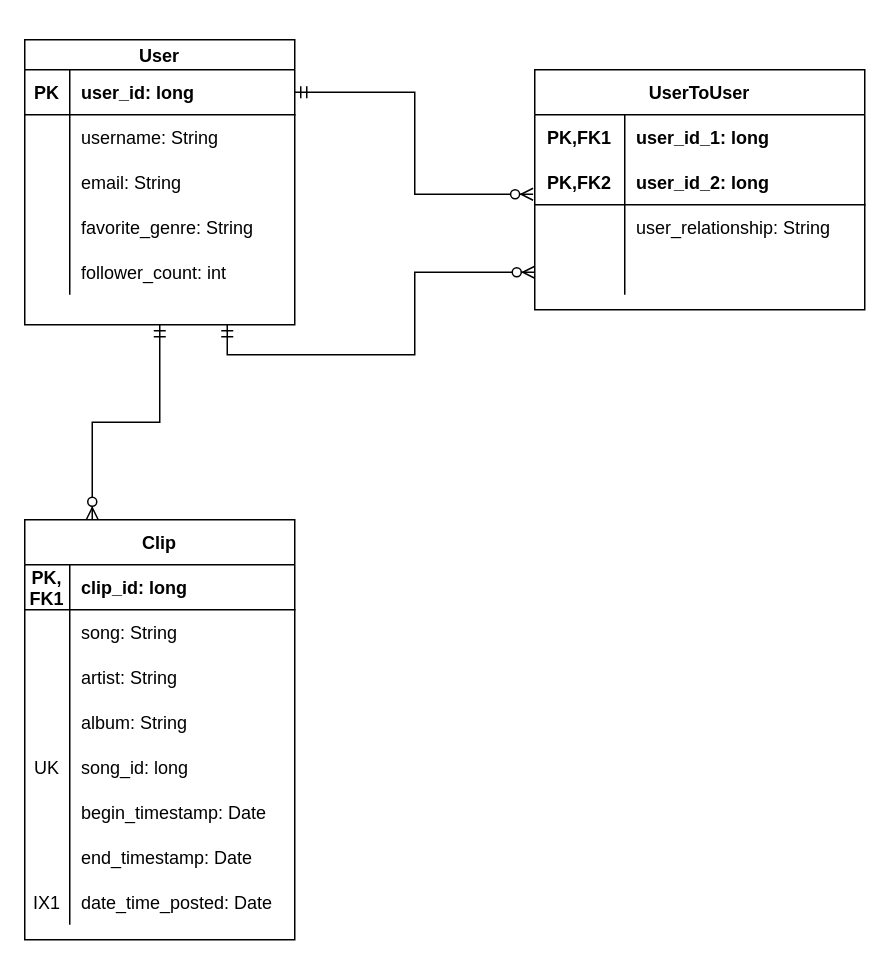
The draw.io diagram docs/work/erd.drawio in tunefull/tunefull.github.io, before the edit. Source tidied: cells renumbered, new cells numbered last; positions are measured from the earlier drawing's top-left corner, leaving out a move shared by most shapes. Both pictures are drawn from the tidied source at 150%, with x=0, y=0 at pixel (24, 39).
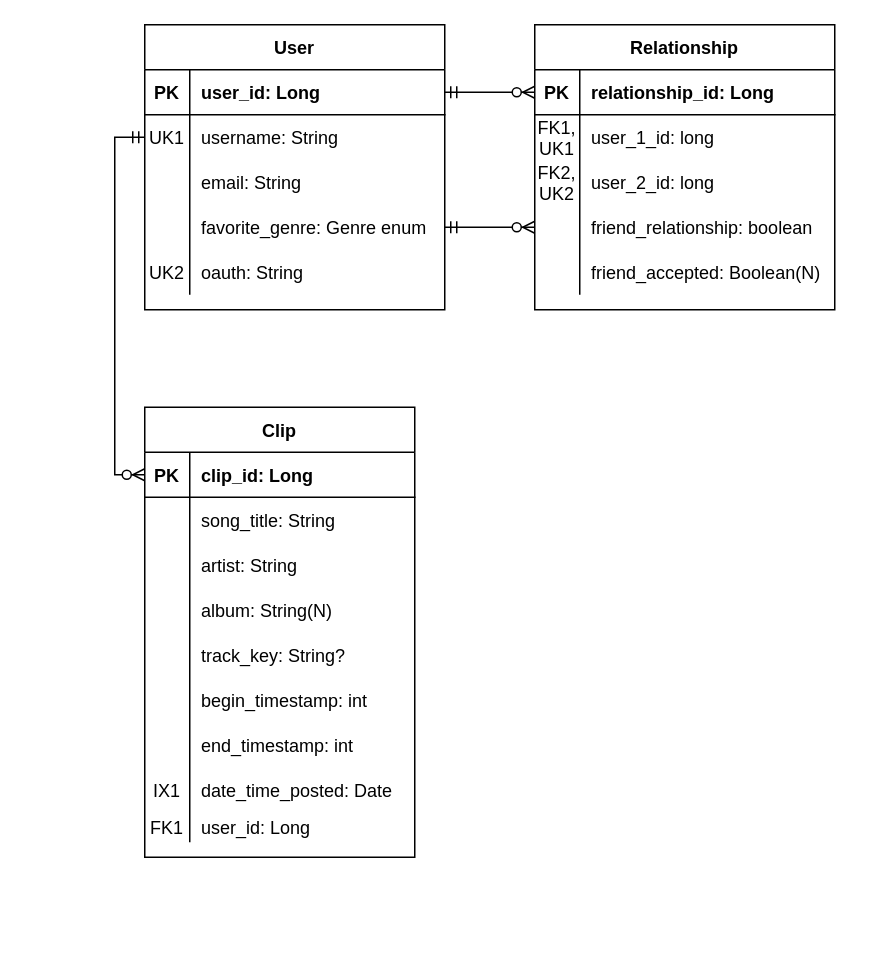
After the change.

The change refers to these unchanged cells:
```xml
<mxCell id="22" style="shape=partialRectangle;fillColor=none;top=0;left=0;bottom=1;right=0;points=[[0,0.5],[1,0.5]];portConstraint=eastwest;" parent="21" vertex="1">
  <mxGeometry y="30" width="180" height="30" as="geometry" />
</mxCell>
<mxCell id="25" style="shape=partialRectangle;fillColor=none;top=0;left=0;bottom=0;right=0;" parent="21" vertex="1">
  <mxGeometry y="60" width="180" height="30" as="geometry" />
</mxCell>
<mxCell id="31" style="shape=partialRectangle;fillColor=none;top=0;left=0;bottom=0;right=0;" parent="21" vertex="1">
  <mxGeometry y="120" width="180" height="30" as="geometry" />
</mxCell>
<mxCell id="34" style="shape=partialRectangle;fillColor=none;top=0;left=0;bottom=0;right=0;" parent="21" vertex="1">
  <mxGeometry y="150" width="180" height="30" as="geometry" />
</mxCell>
<mxCell id="37" style="shape=partialRectangle;fillColor=none;top=0;left=0;bottom=0;right=0;" parent="21" vertex="1">
  <mxGeometry y="180" width="180" height="30" as="geometry" />
</mxCell>
<mxCell id="40" style="shape=partialRectangle;fillColor=none;top=0;left=0;bottom=0;right=0;" parent="21" vertex="1">
  <mxGeometry y="210" width="180" height="30" as="geometry" />
</mxCell>
```

What changed in the source:
```diff
@@
+    <mxCell id="18" style="edgeStyle=orthogonalEdgeStyle;rounded=0;jettySize=auto;html=1;entryX=1;entryY=0.5;entryDx=0;entryDy=0;startArrow=ERzeroToMany;startFill=1;endArrow=ERmandOne;endFill=0;exitX=0;exitY=0.5;exitDx=0;exitDy=0;" parent="1" edge="1" source="72" target="12">
+      <mxGeometry relative="1" as="geometry" />
+    </mxCell>
+    <mxCell id="19" style="edgeStyle=orthogonalEdgeStyle;rounded=0;jettySize=auto;html=1;startArrow=ERzeroToMany;startFill=1;endArrow=ERmandOne;endFill=0;exitX=0;exitY=0.5;exitDx=0;exitDy=0;" parent="1" edge="1" source="63" target="3">
+      <mxGeometry relative="1" as="geometry" />
+    </mxCell>
+    <mxCell id="20" style="edgeStyle=orthogonalEdgeStyle;rounded=0;jettySize=auto;html=1;exitX=0;exitY=0.5;exitDx=0;exitDy=0;startArrow=ERzeroToMany;startFill=1;endArrow=ERmandOne;endFill=0;entryX=0;entryY=0.5;entryDx=0;entryDy=0;" parent="1" edge="1" source="22" target="6">
+      <mxGeometry relative="1" as="geometry" />
+    </mxCell>
-    <mxCell id="2" value="User" style="shape=table;startSize=20;childLayout=tableLayout;rowLines=0;fontStyle=1;align=center;" parent="1" vertex="1">
-      <mxGeometry width="180" height="190" as="geometry" />
+    <mxCell id="2" value="User" style="shape=table;startSize=30;childLayout=tableLayout;rowLines=0;fontStyle=1;align=center;" parent="1" vertex="1">
+      <mxGeometry x="80" y="-10" width="200" height="190" as="geometry" />
     </mxCell>
     <mxCell id="3" style="shape=partialRectangle;fillColor=none;top=0;left=0;bottom=1;right=0;points=[[0,0.5],[1,0.5]];portConstraint=eastwest;" parent="2" vertex="1">
-      <mxGeometry y="20" width="180" height="30" as="geometry" />
+      <mxGeometry y="30" width="200" height="30" as="geometry" />
     </mxCell>
@@
-    <mxCell id="5" value="user_id: long" style="shape=partialRectangle;fillColor=none;top=0;left=0;bottom=0;right=0;align=left;spacingLeft=6;fontStyle=1;overflow=hidden;" parent="3" vertex="1">
-      <mxGeometry x="30" width="150" height="30" as="geometry" />
+    <mxCell id="5" value="user_id: Long" style="shape=partialRectangle;fillColor=none;top=0;left=0;bottom=0;right=0;align=left;spacingLeft=6;fontStyle=1;overflow=hidden;" parent="3" vertex="1">
+      <mxGeometry x="30" width="170" height="30" as="geometry" />
     </mxCell>
     <mxCell id="6" style="shape=partialRectangle;fillColor=none;top=0;left=0;bottom=0;right=0;points=[[0,0.5],[1,0.5]];portConstraint=eastwest;" parent="2" vertex="1">
-      <mxGeometry y="50" width="180" height="30" as="geometry" />
+      <mxGeometry y="60" width="200" height="30" as="geometry" />
     </mxCell>
-    <mxCell id="7" style="shape=partialRectangle;fillColor=none;top=0;left=0;bottom=0;right=0;overflow=hidden;" parent="6" vertex="1">
+    <mxCell id="7" value="UK1" style="shape=partialRectangle;fillColor=none;top=0;left=0;bottom=0;right=0;overflow=hidden;" parent="6" vertex="1">
       <mxGeometry width="30" height="30" as="geometry" />
     </mxCell>
     <mxCell id="8" value="username: String" style="shape=partialRectangle;fillColor=none;top=0;left=0;bottom=0;right=0;align=left;spacingLeft=6;overflow=hidden;" parent="6" vertex="1">
-      <mxGeometry x="30" width="150" height="30" as="geometry" />
+      <mxGeometry x="30" width="170" height="30" as="geometry" />
     </mxCell>
     <mxCell id="9" style="shape=partialRectangle;fillColor=none;top=0;left=0;bottom=0;right=0;" parent="2" vertex="1">
-      <mxGeometry y="80" width="180" height="30" as="geometry" />
+      <mxGeometry y="90" width="200" height="30" as="geometry" />
     </mxCell>
@@
     <mxCell id="11" value="email: String" style="shape=partialRectangle;fillColor=none;top=0;left=0;bottom=0;right=0;align=left;spacingLeft=6;overflow=hidden;" parent="9" vertex="1">
-      <mxGeometry x="30" width="150" height="30" as="geometry" />
+      <mxGeometry x="30" width="170" height="30" as="geometry" />
     </mxCell>
     <mxCell id="12" style="shape=partialRectangle;fillColor=none;top=0;left=0;bottom=0;right=0;points=[[0,0.5],[1,0.5]];portConstraint=eastwest;" parent="2" vertex="1">
-      <mxGeometry y="110" width="180" height="30" as="geometry" />
+      <mxGeometry y="120" width="200" height="30" as="geometry" />
     </mxCell>
@@
-    <mxCell id="14" value="favorite_genre: String" style="shape=partialRectangle;fillColor=none;top=0;left=0;bottom=0;right=0;align=left;spacingLeft=6;overflow=hidden;" parent="12" vertex="1">
-      <mxGeometry x="30" width="150" height="30" as="geometry" />
+    <mxCell id="14" value="favorite_genre: Genre enum" style="shape=partialRectangle;fillColor=none;top=0;left=0;bottom=0;right=0;align=left;spacingLeft=6;overflow=hidden;" parent="12" vertex="1">
+      <mxGeometry x="30" width="170" height="30" as="geometry" />
     </mxCell>
-    <mxCell id="15" style="shape=partialRectangle;fillColor=none;top=0;left=0;bottom=0;right=0;" parent="2" vertex="1">
-      <mxGeometry y="140" width="180" height="30" as="geometry" />
-    </mxCell>
-    <mxCell id="16" style="shape=partialRectangle;fillColor=none;top=0;left=0;bottom=0;right=0;overflow=hidden;" parent="15" vertex="1">
-      <mxGeometry width="30" height="30" as="geometry" />
-    </mxCell>
-    <mxCell id="17" value="follower_count: int" style="shape=partialRectangle;fillColor=none;top=0;left=0;bottom=0;right=0;align=left;spacingLeft=6;overflow=hidden;" parent="15" vertex="1">
-      <mxGeometry x="30" width="150" height="30" as="geometry" />
-    </mxCell>
-    <mxCell id="18" style="edgeStyle=orthogonalEdgeStyle;rounded=0;jettySize=auto;html=1;exitX=0;exitY=0.5;exitDx=0;exitDy=0;entryX=0.75;entryY=1;entryDx=0;entryDy=0;startArrow=ERzeroToMany;startFill=1;endArrow=ERmandOne;endFill=0;" parent="1" edge="1" source="56" target="2">
-      <mxGeometry relative="1" as="geometry" />
-    </mxCell>
-    <mxCell id="19" style="edgeStyle=orthogonalEdgeStyle;rounded=0;jettySize=auto;html=1;exitX=-0.005;exitY=0.767;exitDx=0;exitDy=0;startArrow=ERzeroToMany;startFill=1;endArrow=ERmandOne;endFill=0;exitPerimeter=0;" parent="1" edge="1" source="50" target="3">
-      <mxGeometry relative="1" as="geometry" />
-    </mxCell>
-    <mxCell id="20" style="edgeStyle=orthogonalEdgeStyle;rounded=0;jettySize=auto;html=1;exitX=0.25;exitY=0;exitDx=0;exitDy=0;entryX=0.5;entryY=1;entryDx=0;entryDy=0;startArrow=ERzeroToMany;startFill=1;endArrow=ERmandOne;endFill=0;" parent="1" edge="1" source="21" target="2">
-      <mxGeometry relative="1" as="geometry" />
-    </mxCell>
+    <mxCell id="59" style="shape=partialRectangle;fillColor=none;top=0;left=0;bottom=0;right=0;" parent="2" vertex="1">
+      <mxGeometry y="150" width="200" height="30" as="geometry" />
+    </mxCell>
+    <mxCell id="60" value="UK2" style="shape=partialRectangle;fillColor=none;top=0;left=0;bottom=0;right=0;overflow=hidden;" parent="59" vertex="1">
+      <mxGeometry width="30" height="30" as="geometry" />
+    </mxCell>
+    <mxCell id="61" value="oauth: String" style="shape=partialRectangle;fillColor=none;top=0;left=0;bottom=0;right=0;align=left;spacingLeft=6;overflow=hidden;" parent="59" vertex="1">
+      <mxGeometry x="30" width="170" height="30" as="geometry" />
+    </mxCell>
+    <mxCell id="62" value="Relationship" style="shape=table;startSize=30;childLayout=tableLayout;rowLines=0;fontStyle=1;align=center;" parent="1" vertex="1">
+      <mxGeometry x="340" y="-10" width="200" height="190" as="geometry" />
+    </mxCell>
+    <mxCell id="63" style="shape=partialRectangle;fillColor=none;top=0;left=0;bottom=1;right=0;points=[[0,0.5],[1,0.5]];portConstraint=eastwest;" parent="62" vertex="1">
+      <mxGeometry y="30" width="200" height="30" as="geometry" />
+    </mxCell>
+    <mxCell id="64" value="PK" style="shape=partialRectangle;fillColor=none;top=0;left=0;bottom=0;right=0;fontStyle=1;overflow=hidden;" parent="63" vertex="1">
+      <mxGeometry width="30" height="30" as="geometry" />
+    </mxCell>
+    <mxCell id="65" value="relationship_id: Long" style="shape=partialRectangle;fillColor=none;top=0;left=0;bottom=0;right=0;align=left;spacingLeft=6;fontStyle=1;overflow=hidden;" parent="63" vertex="1">
+      <mxGeometry x="30" width="170" height="30" as="geometry" />
+    </mxCell>
+    <mxCell id="66" style="shape=partialRectangle;fillColor=none;top=0;left=0;bottom=0;right=0;" parent="62" vertex="1">
+      <mxGeometry y="60" width="200" height="30" as="geometry" />
+    </mxCell>
+    <mxCell id="67" value="FK1,&#10;UK1&#10;" style="shape=partialRectangle;fillColor=none;top=0;left=0;bottom=0;right=0;overflow=hidden;" parent="66" vertex="1">
+      <mxGeometry width="30" height="30" as="geometry" />
+    </mxCell>
+    <mxCell id="68" value="user_1_id: long" style="shape=partialRectangle;fillColor=none;top=0;left=0;bottom=0;right=0;align=left;spacingLeft=6;overflow=hidden;" parent="66" vertex="1">
+      <mxGeometry x="30" width="170" height="30" as="geometry" />
+    </mxCell>
+    <mxCell id="69" style="shape=partialRectangle;fillColor=none;top=0;left=0;bottom=0;right=0;" parent="62" vertex="1">
+      <mxGeometry y="90" width="200" height="30" as="geometry" />
+    </mxCell>
+    <mxCell id="70" value="FK2,&#10;UK2" style="shape=partialRectangle;fillColor=none;top=0;left=0;bottom=0;right=0;overflow=hidden;" parent="69" vertex="1">
+      <mxGeometry width="30" height="30" as="geometry" />
+    </mxCell>
+    <mxCell id="71" value="user_2_id: long" style="shape=partialRectangle;fillColor=none;top=0;left=0;bottom=0;right=0;align=left;spacingLeft=6;overflow=hidden;" parent="69" vertex="1">
+      <mxGeometry x="30" width="170" height="30" as="geometry" />
+    </mxCell>
+    <mxCell id="72" style="shape=partialRectangle;fillColor=none;top=0;left=0;bottom=0;right=0;points=[[0,0.5],[1,0.5]];portConstraint=eastwest;" parent="62" vertex="1">
+      <mxGeometry y="120" width="200" height="30" as="geometry" />
+    </mxCell>
+    <mxCell id="73" style="shape=partialRectangle;fillColor=none;top=0;left=0;bottom=0;right=0;overflow=hidden;" parent="72" vertex="1">
+      <mxGeometry width="30" height="30" as="geometry" />
+    </mxCell>
+    <mxCell id="74" value="friend_relationship: boolean" style="shape=partialRectangle;fillColor=none;top=0;left=0;bottom=0;right=0;align=left;spacingLeft=6;overflow=hidden;" parent="72" vertex="1">
+      <mxGeometry x="30" width="170" height="30" as="geometry" />
+    </mxCell>
+    <mxCell id="75" style="shape=partialRectangle;fillColor=none;top=0;left=0;bottom=0;right=0;" parent="62" vertex="1">
+      <mxGeometry y="150" width="200" height="30" as="geometry" />
+    </mxCell>
+    <mxCell id="76" style="shape=partialRectangle;fillColor=none;top=0;left=0;bottom=0;right=0;overflow=hidden;" parent="75" vertex="1">
+      <mxGeometry width="30" height="30" as="geometry" />
+    </mxCell>
+    <mxCell id="77" value="friend_accepted: Boolean(N)" style="shape=partialRectangle;fillColor=none;top=0;left=0;bottom=0;right=0;align=left;spacingLeft=6;overflow=hidden;" parent="75" vertex="1">
+      <mxGeometry x="30" width="170" height="30" as="geometry" />
+    </mxCell>
     <mxCell id="21" value="Clip" style="shape=table;startSize=30;childLayout=tableLayout;rowLines=0;fontStyle=1;align=center;" parent="1" vertex="1">
-      <mxGeometry y="320" width="180" height="280" as="geometry" />
+      <mxGeometry x="80" y="245" width="180" height="300" as="geometry" />
     </mxCell>
@@
-    <mxCell id="23" value="PK,&#10;FK1" style="shape=partialRectangle;fillColor=none;top=0;left=0;bottom=0;right=0;fontStyle=1;overflow=hidden;" parent="22" vertex="1">
+    <mxCell id="23" value="PK" style="shape=partialRectangle;fillColor=none;top=0;left=0;bottom=0;right=0;fontStyle=1;overflow=hidden;" parent="22" vertex="1">
       <mxGeometry width="30" height="30" as="geometry" />
     </mxCell>
-    <mxCell id="24" value="clip_id: long" style="shape=partialRectangle;fillColor=none;top=0;left=0;bottom=0;right=0;align=left;spacingLeft=6;fontStyle=1;overflow=hidden;" parent="22" vertex="1">
+    <mxCell id="24" value="clip_id: Long" style="shape=partialRectangle;fillColor=none;top=0;left=0;bottom=0;right=0;align=left;spacingLeft=6;fontStyle=1;overflow=hidden;" parent="22" vertex="1">
       <mxGeometry x="30" width="150" height="30" as="geometry" />
     </mxCell>
@@
-    <mxCell id="27" value="song: String" style="shape=partialRectangle;fillColor=none;top=0;left=0;bottom=0;right=0;align=left;spacingLeft=6;overflow=hidden;" parent="25" vertex="1">
+    <mxCell id="27" value="song_title: String" style="shape=partialRectangle;fillColor=none;top=0;left=0;bottom=0;right=0;align=left;spacingLeft=6;overflow=hidden;" parent="25" vertex="1">
       <mxGeometry x="30" width="150" height="30" as="geometry" />
     </mxCell>
@@
-    <mxCell id="33" value="album: String" style="shape=partialRectangle;fillColor=none;top=0;left=0;bottom=0;right=0;align=left;spacingLeft=6;overflow=hidden;" parent="31" vertex="1">
+    <mxCell id="33" value="album: String(N)" style="shape=partialRectangle;fillColor=none;top=0;left=0;bottom=0;right=0;align=left;spacingLeft=6;overflow=hidden;" parent="31" vertex="1">
       <mxGeometry x="30" width="150" height="30" as="geometry" />
     </mxCell>
@@
-    <mxCell id="35" value="UK" style="shape=partialRectangle;fillColor=none;top=0;left=0;bottom=0;right=0;overflow=hidden;" parent="34" vertex="1">
+    <mxCell id="35" style="shape=partialRectangle;fillColor=none;top=0;left=0;bottom=0;right=0;overflow=hidden;" parent="34" vertex="1">
       <mxGeometry width="30" height="30" as="geometry" />
     </mxCell>
-    <mxCell id="36" value="song_id: long" style="shape=partialRectangle;fillColor=none;top=0;left=0;bottom=0;right=0;align=left;spacingLeft=6;overflow=hidden;" parent="34" vertex="1">
+    <mxCell id="36" value="track_key: String?" style="shape=partialRectangle;fillColor=none;top=0;left=0;bottom=0;right=0;align=left;spacingLeft=6;overflow=hidden;" parent="34" vertex="1">
       <mxGeometry x="30" width="150" height="30" as="geometry" />
     </mxCell>
@@
-    <mxCell id="39" value="begin_timestamp: Date" style="shape=partialRectangle;fillColor=none;top=0;left=0;bottom=0;right=0;align=left;spacingLeft=6;overflow=hidden;" parent="37" vertex="1">
+    <mxCell id="39" value="begin_timestamp: int" style="shape=partialRectangle;fillColor=none;top=0;left=0;bottom=0;right=0;align=left;spacingLeft=6;overflow=hidden;" parent="37" vertex="1">
       <mxGeometry x="30" width="150" height="30" as="geometry" />
     </mxCell>
@@
-    <mxCell id="42" value="end_timestamp: Date" style="shape=partialRectangle;fillColor=none;top=0;left=0;bottom=0;right=0;align=left;spacingLeft=6;overflow=hidden;" parent="40" vertex="1">
+    <mxCell id="42" value="end_timestamp: int" style="shape=partialRectangle;fillColor=none;top=0;left=0;bottom=0;right=0;align=left;spacingLeft=6;overflow=hidden;" parent="40" vertex="1">
       <mxGeometry x="30" width="150" height="30" as="geometry" />
     </mxCell>
@@
-    <mxCell id="46" value="UserToUser" style="shape=table;startSize=30;childLayout=tableLayout;rowLines=0;fontStyle=1;align=center;" parent="1" vertex="1">
-      <mxGeometry x="340" y="20" width="220" height="160" as="geometry" />
-    </mxCell>
-    <mxCell id="47" style="shape=partialRectangle;fillColor=none;top=0;left=0;bottom=0;right=0;" parent="46" vertex="1">
-      <mxGeometry y="30" width="220" height="30" as="geometry" />
-    </mxCell>
-    <mxCell id="48" value="PK,FK1" style="shape=partialRectangle;fillColor=none;top=0;left=0;bottom=0;right=0;fontStyle=1;overflow=hidden;" parent="47" vertex="1">
-      <mxGeometry width="60" height="30" as="geometry" />
-    </mxCell>
-    <mxCell id="49" value="user_id_1: long" style="shape=partialRectangle;fillColor=none;top=0;left=0;bottom=0;right=0;align=left;spacingLeft=6;fontStyle=1;overflow=hidden;" parent="47" vertex="1">
-      <mxGeometry x="60" width="160" height="30" as="geometry" />
-    </mxCell>
-    <mxCell id="50" style="shape=partialRectangle;fillColor=none;top=0;left=0;bottom=1;right=0;points=[[0,0.5],[1,0.5]];portConstraint=eastwest;" parent="46" vertex="1">
-      <mxGeometry y="60" width="220" height="30" as="geometry" />
-    </mxCell>
-    <mxCell id="51" value="PK,FK2" style="shape=partialRectangle;fillColor=none;top=0;left=0;bottom=0;right=0;fontStyle=1;overflow=hidden;" parent="50" vertex="1">
-      <mxGeometry width="60" height="30" as="geometry" />
-    </mxCell>
-    <mxCell id="52" value="user_id_2: long" style="shape=partialRectangle;fillColor=none;top=0;left=0;bottom=0;right=0;align=left;spacingLeft=6;fontStyle=1;overflow=hidden;" parent="50" vertex="1">
-      <mxGeometry x="60" width="160" height="30" as="geometry" />
-    </mxCell>
-    <mxCell id="53" style="shape=partialRectangle;fillColor=none;top=0;left=0;bottom=0;right=0;" parent="46" vertex="1">
-      <mxGeometry y="90" width="220" height="30" as="geometry" />
-    </mxCell>
-    <mxCell id="54" style="shape=partialRectangle;fillColor=none;top=0;left=0;bottom=0;right=0;overflow=hidden;" parent="53" vertex="1">
-      <mxGeometry width="60" height="30" as="geometry" />
-    </mxCell>
-    <mxCell id="55" value="user_relationship: String" style="shape=partialRectangle;fillColor=none;top=0;left=0;bottom=0;right=0;align=left;spacingLeft=6;overflow=hidden;" parent="53" vertex="1">
-      <mxGeometry x="60" width="160" height="30" as="geometry" />
-    </mxCell>
-    <mxCell id="56" style="shape=partialRectangle;fillColor=none;top=0;left=0;bottom=0;right=0;points=[[0,0.5],[1,0.5]];portConstraint=eastwest;" parent="46" vertex="1">
-      <mxGeometry y="120" width="220" height="30" as="geometry" />
-    </mxCell>
-    <mxCell id="57" style="shape=partialRectangle;fillColor=none;top=0;left=0;bottom=0;right=0;overflow=hidden;" parent="56" vertex="1">
-      <mxGeometry width="60" height="30" as="geometry" />
-    </mxCell>
-    <mxCell id="58" style="shape=partialRectangle;fillColor=none;top=0;left=0;bottom=0;right=0;align=left;spacingLeft=6;overflow=hidden;" parent="56" vertex="1">
-      <mxGeometry x="60" width="160" height="30" as="geometry" />
-    </mxCell>
+    <mxCell id="78" style="shape=partialRectangle;fillColor=none;top=0;left=0;bottom=0;right=0;" parent="21" vertex="1">
+      <mxGeometry y="270" width="180" height="20" as="geometry" />
+    </mxCell>
+    <mxCell id="79" value="FK1" style="shape=partialRectangle;fillColor=none;top=0;left=0;bottom=0;right=0;overflow=hidden;" parent="78" vertex="1">
+      <mxGeometry width="30" height="20" as="geometry" />
+    </mxCell>
+    <mxCell id="80" value="user_id: Long" style="shape=partialRectangle;fillColor=none;top=0;left=0;bottom=0;right=0;align=left;spacingLeft=6;overflow=hidden;" parent="78" vertex="1">
+      <mxGeometry x="30" width="150" height="20" as="geometry" />
+    </mxCell>
```
